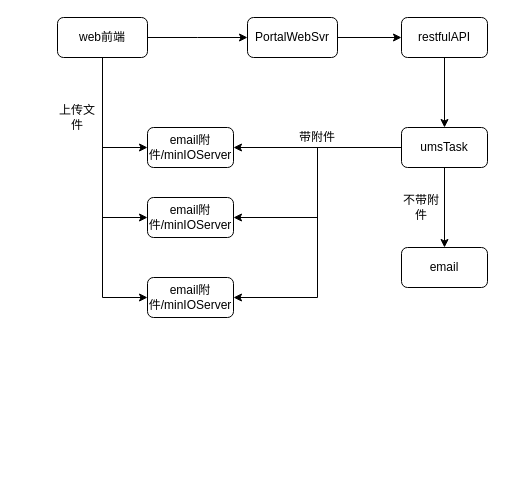
carrot369/- keeps this draw.io diagram as 邮件附件.drawio. Above is the earlier version. Source tidied: cells renumbered, new cells numbered last; positions are measured from the earlier drawing's top-left corner, leaving out a move shared by most shapes. Both pictures are drawn from the tidied source at 100%, with x=0, y=0 at pixel (57, 17).
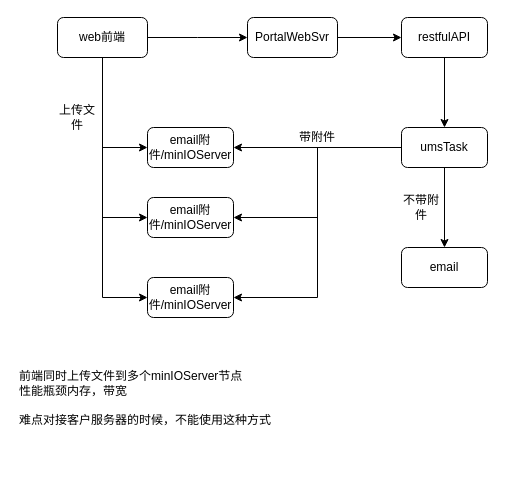
After the change.

Commit message:
更新邮件附件.drawio

The edit, as a diff of the source:
```diff
@@
+    <mxCell id="23" value="前端同时上传文件到多个minIOServer节点&lt;br&gt;性能瓶颈内存，带宽&lt;br&gt;&lt;br&gt;难点对接客户服务器的时候，不能使用这种方式&lt;br&gt;&lt;br&gt;&lt;br&gt;" style="text;html=1;strokeColor=none;fillColor=none;align=left;verticalAlign=middle;whiteSpace=wrap;rounded=0;" parent="1" vertex="1">
+      <mxGeometry x="-40" y="330" width="260" height="130" as="geometry" />
+    </mxCell>
```
